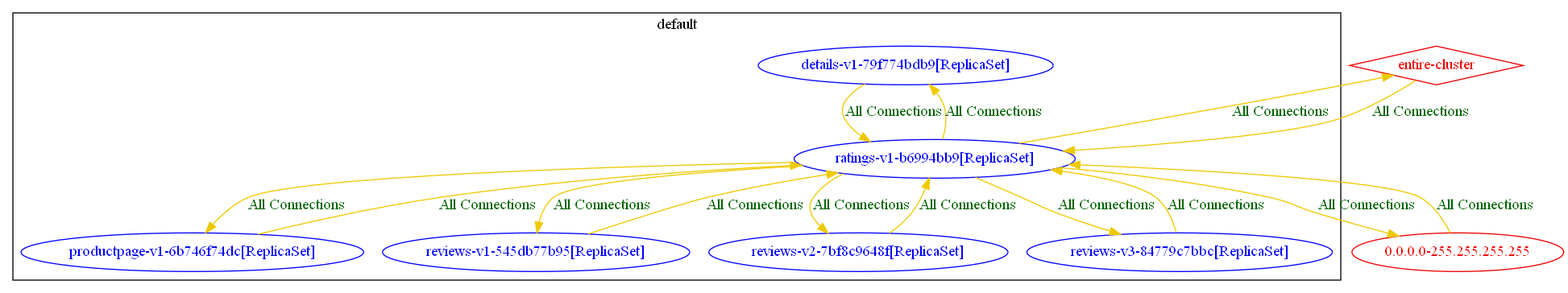
Above: test_outputs/connlist/exposure_k8s_ingress_test_focus_workload_ratings-v1-b6994bb9_connlist_output.dot.png in np-guard/netpol-analyzer (Graphviz), before the change. Its source is kept beside it as test_outputs/connlist/exposure_k8s_ingress_test_focus_workload_ratings-v1-b6994bb9_connlist_output.dot.
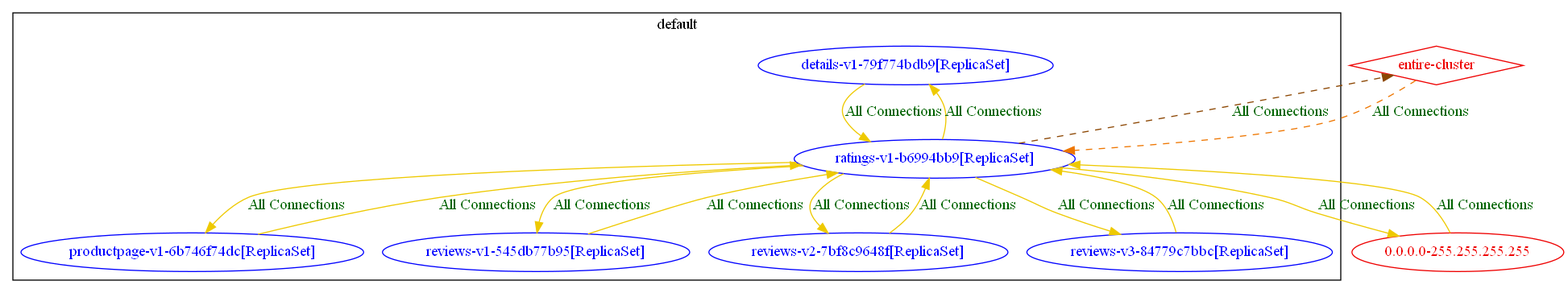
The same file after the commit.

Diff of the diagram source:
```diff
@@ -21,9 +21,9 @@
 	"default/ratings-v1-b6994bb9[ReplicaSet]" -> "default/reviews-v1-545db77b95[ReplicaSet]" [label="All Connections" color="gold2" fontcolor="darkgreen"]
 	"default/ratings-v1-b6994bb9[ReplicaSet]" -> "default/reviews-v2-7bf8c9648f[ReplicaSet]" [label="All Connections" color="gold2" fontcolor="darkgreen"]
 	"default/ratings-v1-b6994bb9[ReplicaSet]" -> "default/reviews-v3-84779c7bbc[ReplicaSet]" [label="All Connections" color="gold2" fontcolor="darkgreen"]
-	"default/ratings-v1-b6994bb9[ReplicaSet]" -> "entire-cluster" [label="All Connections" color="gold2" fontcolor="darkgreen" weight=0.5]
+	"default/ratings-v1-b6994bb9[ReplicaSet]" -> "entire-cluster" [label="All Connections" color="darkorange4" fontcolor="darkgreen" weight=0.5 style=dashed]
 	"default/reviews-v1-545db77b95[ReplicaSet]" -> "default/ratings-v1-b6994bb9[ReplicaSet]" [label="All Connections" color="gold2" fontcolor="darkgreen"]
 	"default/reviews-v2-7bf8c9648f[ReplicaSet]" -> "default/ratings-v1-b6994bb9[ReplicaSet]" [label="All Connections" color="gold2" fontcolor="darkgreen"]
 	"default/reviews-v3-84779c7bbc[ReplicaSet]" -> "default/ratings-v1-b6994bb9[ReplicaSet]" [label="All Connections" color="gold2" fontcolor="darkgreen"]
-	"entire-cluster" -> "default/ratings-v1-b6994bb9[ReplicaSet]" [label="All Connections" color="gold2" fontcolor="darkgreen" weight=1]
+	"entire-cluster" -> "default/ratings-v1-b6994bb9[ReplicaSet]" [label="All Connections" color="darkorange2" fontcolor="darkgreen" weight=1 style=dashed]
 }
```
